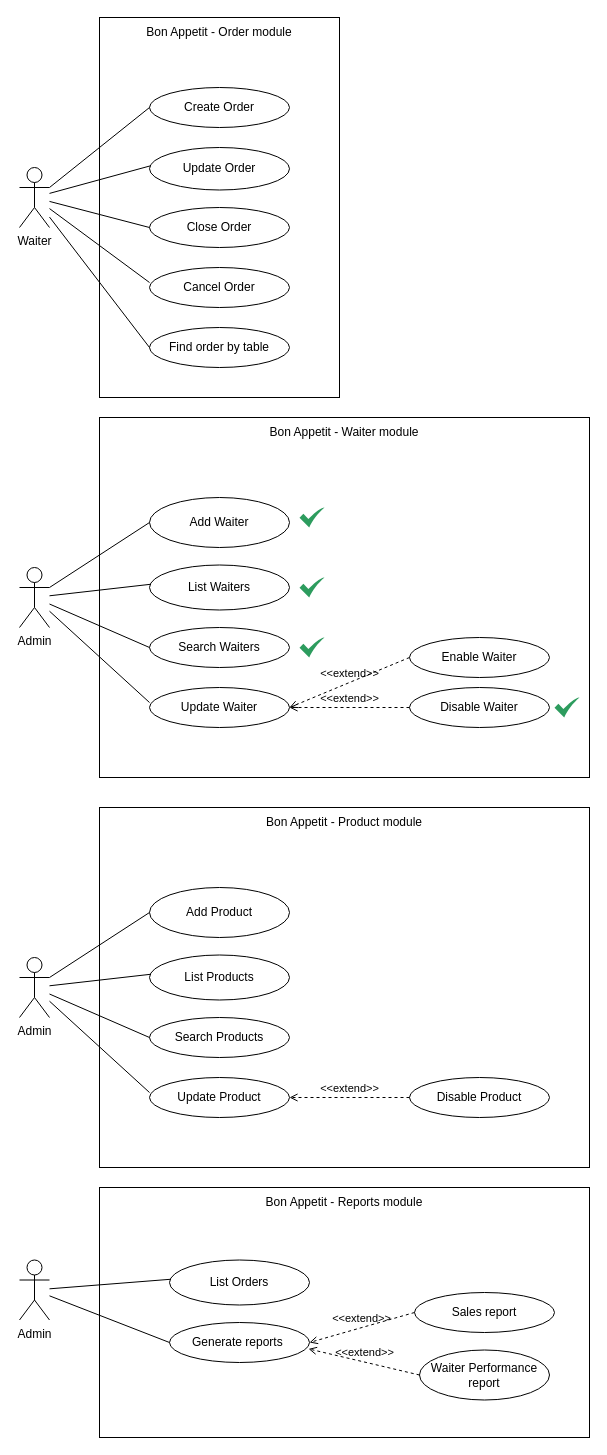
prezdev88/bon-appetit-backend keeps this draw.io diagram as .diagram/use-case-diagram.drawio. Above is the earlier version. Source tidied: cells renumbered, new cells numbered last; positions are measured from the earlier drawing's top-left corner, leaving out a move shared by most shapes. Both pictures are drawn from the tidied source at 100%, with x=0, y=0 at pixel (19, 17).
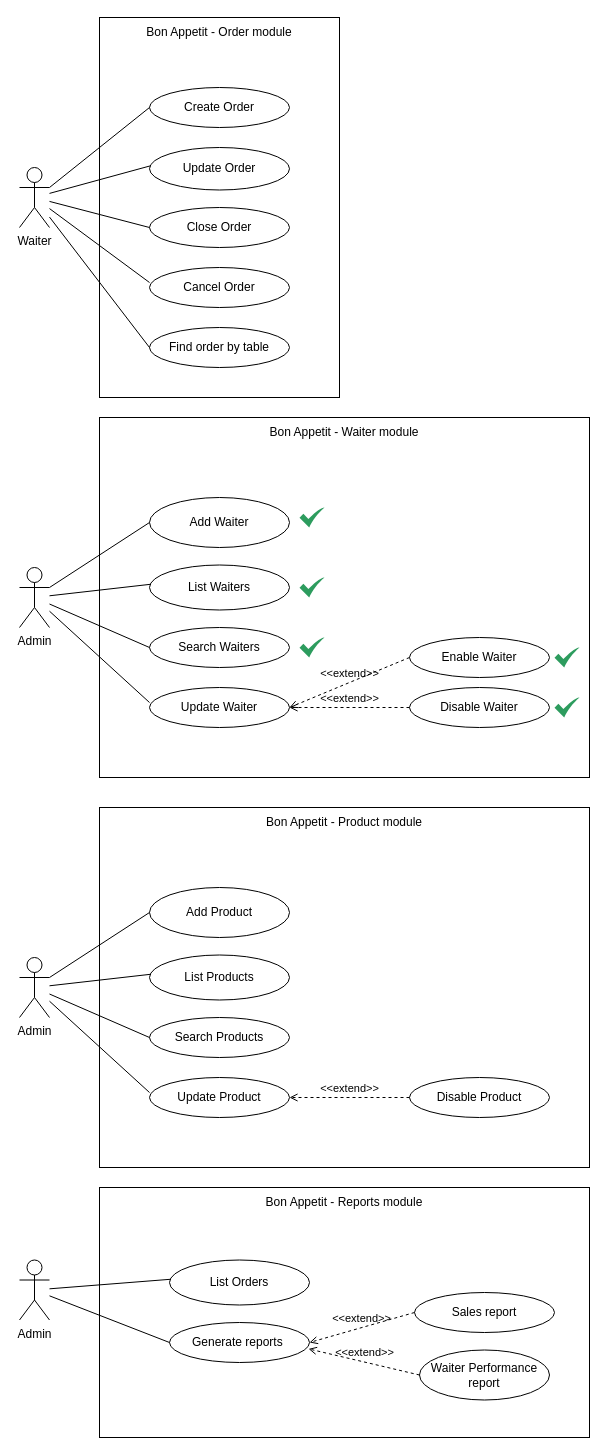
The same diagram, later.

Commit message:
feat: update use case diagram to include "Enable Waiter" use case and adjust layout

The edit, as a diff of the source:
```diff
@@
+    <mxCell id="58" style="sketch=0;html=1;strokeColor=none;shadow=0;align=center;fillColor=#2D9C5E;verticalAlign=top;labelPosition=center;verticalLabelPosition=bottom;shape=mxgraph.gcp2.check;" parent="1" vertex="1">
+      <mxGeometry x="535" y="630" width="25" height="20" as="geometry" />
+    </mxCell>
```
